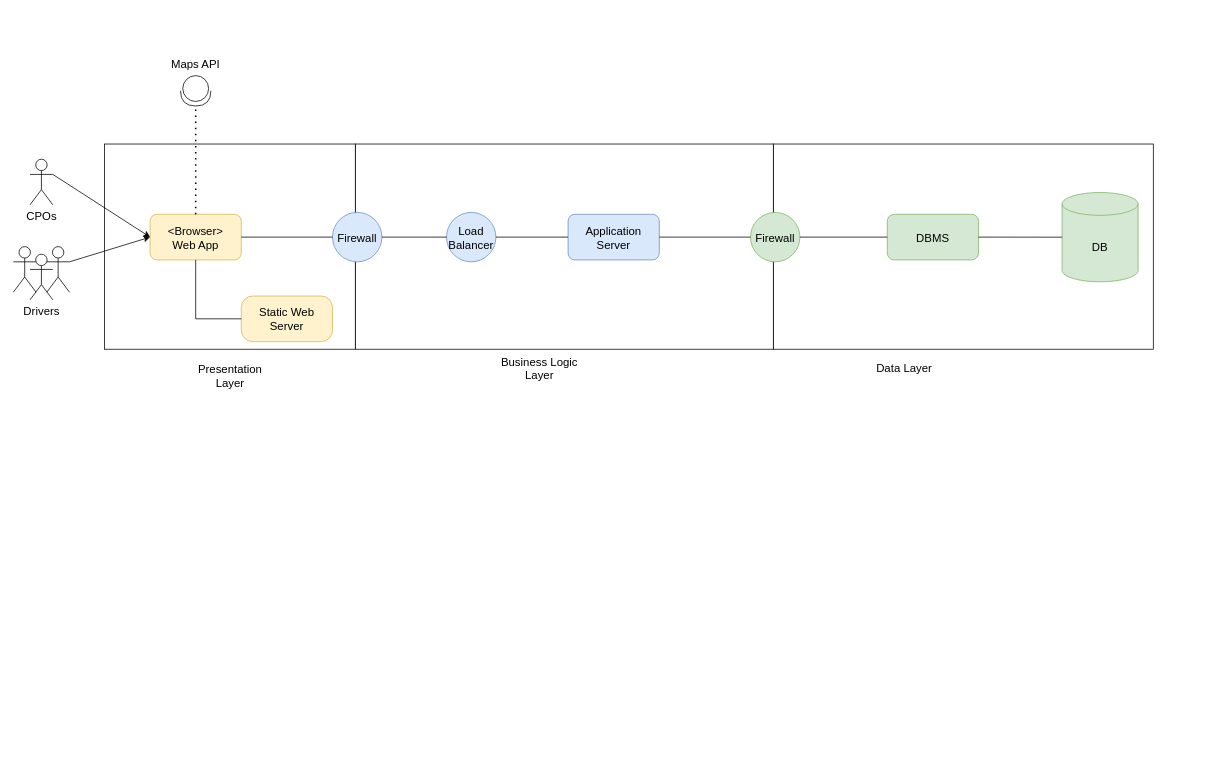
Before: DD/src/Overview/overview_diagram.drawio in gio-del/eMall, a draw.io diagram. Source tidied: cells renumbered, new cells numbered last; positions are measured from the earlier drawing's top-left corner, leaving out a move shared by most shapes. Both pictures are drawn from the tidied source at 76%, with x=0, y=0 at pixel (13, 52).
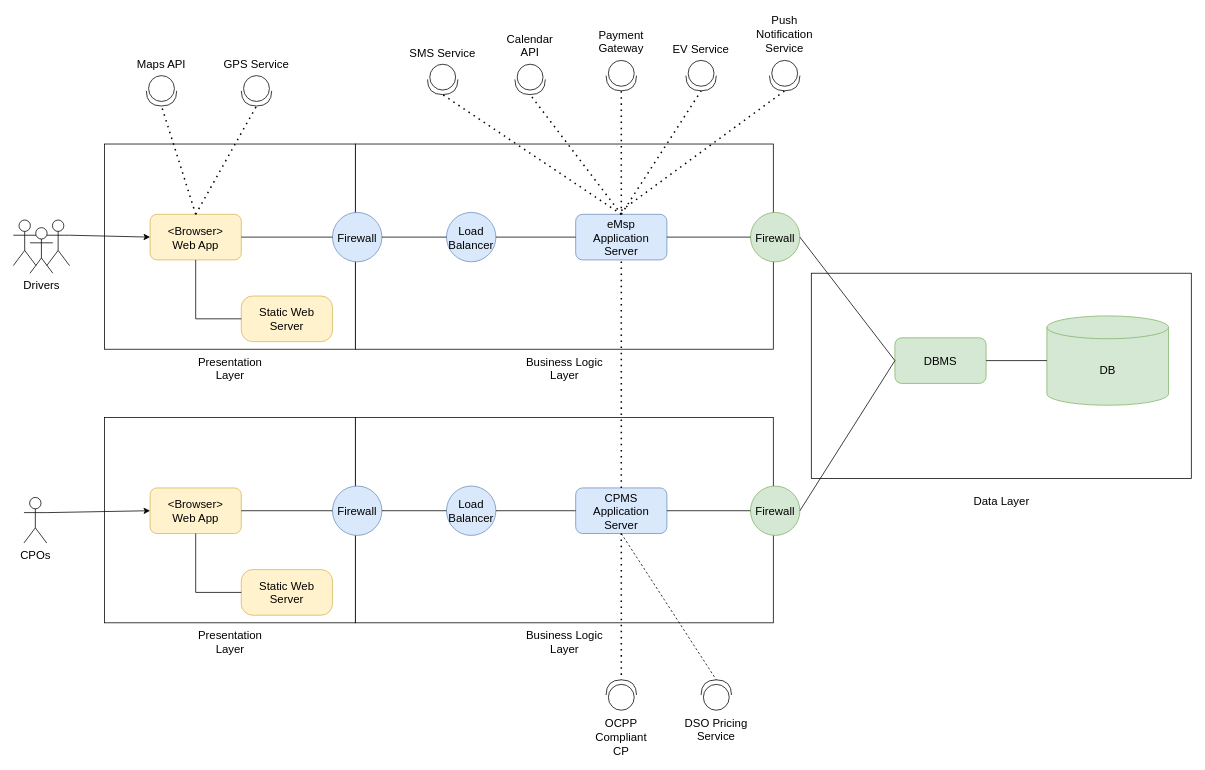
Above is the later version.

Commit message (it also covers changes not shown here):
DD: ER diagram, Overview Diagram RASD: effort spent (matteo), rasd.pdf update

The change refers to these unchanged cells:
```xml
<mxCell id="5" value="&lt;div style=&quot;font-size: 15px;&quot;&gt;&amp;lt;Browser&amp;gt;&lt;/div&gt;&lt;div style=&quot;font-size: 15px;&quot;&gt;Web App&lt;/div&gt;" style="rounded=1;whiteSpace=wrap;html=1;fillColor=#fff2cc;strokeColor=#d6b656;fontSize=15;" parent="1" vertex="1">
  <mxGeometry x="180" y="212.5" width="120" height="60" as="geometry" />
</mxCell>
<mxCell id="17" value="&lt;div style=&quot;font-size: 15px;&quot;&gt;Firewall&lt;/div&gt;" style="ellipse;whiteSpace=wrap;html=1;fillColor=#d5e8d4;strokeColor=#82b366;fontSize=15;" parent="1" vertex="1">
  <mxGeometry x="970" y="210" width="65" height="65" as="geometry" />
</mxCell>
```

Change to the diagram source:
```diff
@@
-    <mxCell id="2" style="rounded=0;whiteSpace=wrap;html=1;fontSize=15;" parent="1" vertex="1">
-      <mxGeometry x="1000" y="120" width="500" height="270" as="geometry" />
-    </mxCell>
@@
     <mxCell id="6" style="shape=umlActor;verticalLabelPosition=bottom;verticalAlign=top;html=1;fontSize=15;" parent="1" vertex="1">
-      <mxGeometry y="255" width="30" height="60" as="geometry" />
+      <mxGeometry y="220" width="30" height="60" as="geometry" />
     </mxCell>
     <mxCell id="7" value="&lt;div style=&quot;font-size: 15px;&quot;&gt;Drivers&lt;/div&gt;" style="shape=umlActor;verticalLabelPosition=bottom;verticalAlign=top;html=1;fontSize=15;" parent="1" vertex="1">
-      <mxGeometry x="22" y="265" width="30" height="60" as="geometry" />
+      <mxGeometry x="22" y="230" width="30" height="60" as="geometry" />
     </mxCell>
     <mxCell id="8" value="&lt;div style=&quot;font-size: 15px;&quot;&gt;&lt;br style=&quot;font-size: 15px;&quot;&gt;&lt;/div&gt;&lt;div style=&quot;font-size: 15px;&quot;&gt;&lt;br style=&quot;font-size: 15px;&quot;&gt;&lt;/div&gt;" style="shape=umlActor;verticalLabelPosition=bottom;verticalAlign=top;html=1;outlineConnect=0;fontSize=15;" parent="1" vertex="1">
-      <mxGeometry x="44" y="255" width="30" height="60" as="geometry" />
+      <mxGeometry x="44" y="220" width="30" height="60" as="geometry" />
     </mxCell>
     <mxCell id="9" value="CPOs" style="shape=umlActor;verticalLabelPosition=bottom;verticalAlign=top;html=1;outlineConnect=0;fontSize=15;" parent="1" vertex="1">
-      <mxGeometry x="22" y="140" width="30" height="60" as="geometry" />
+      <mxGeometry x="14" y="585" width="30" height="60" as="geometry" />
     </mxCell>
-    <mxCell id="10" style="endArrow=classic;html=1;rounded=0;exitX=1;exitY=0.3333333333333333;exitDx=0;exitDy=0;exitPerimeter=0;entryX=0;entryY=0.5;entryDx=0;entryDy=0;fontSize=15;" parent="1" edge="1" source="9" target="5">
-      <mxGeometry relative="1" as="geometry" />
-    </mxCell>
@@
-    <mxCell id="16" value="&lt;div style=&quot;font-size: 15px;&quot;&gt;Application Server&lt;/div&gt;" style="rounded=1;whiteSpace=wrap;html=1;fillColor=#dae8fc;strokeColor=#6c8ebf;fontSize=15;" parent="1" vertex="1">
-      <mxGeometry x="730" y="212.5" width="120" height="60" as="geometry" />
+    <mxCell id="16" value="&lt;div style=&quot;font-size: 15px;&quot;&gt;eMsp&lt;/div&gt;&lt;div style=&quot;font-size: 15px;&quot;&gt;Application Server&lt;/div&gt;" style="rounded=1;whiteSpace=wrap;html=1;fillColor=#dae8fc;strokeColor=#6c8ebf;fontSize=15;" parent="1" vertex="1">
+      <mxGeometry x="740" y="212.5" width="120" height="60" as="geometry" />
     </mxCell>
@@
-    <mxCell id="18" value="DBMS" style="rounded=1;whiteSpace=wrap;html=1;fillColor=#d5e8d4;strokeColor=#82b366;fontSize=15;" parent="1" vertex="1">
-      <mxGeometry x="1150" y="212.5" width="120" height="60" as="geometry" />
-    </mxCell>
-    <mxCell id="19" value="DB" style="shape=cylinder3;whiteSpace=wrap;html=1;boundedLbl=1;backgroundOutline=1;size=15;fillColor=#d5e8d4;strokeColor=#82b366;fontSize=15;" parent="1" vertex="1">
-      <mxGeometry x="1380" y="183.8" width="100" height="117.5" as="geometry" />
-    </mxCell>
     <mxCell id="20" style="shape=providedRequiredInterface;html=1;verticalLabelPosition=bottom;sketch=0;rotation=90;verticalAlign=top;fontSize=15;" parent="1" vertex="1">
-      <mxGeometry x="220" y="30" width="40" height="40" as="geometry" />
+      <mxGeometry x="175" y="30" width="40" height="40" as="geometry" />
     </mxCell>
@@
-    <mxCell id="26" style="endArrow=none;html=1;rounded=0;exitX=1;exitY=0.5;exitDx=0;exitDy=0;entryX=0;entryY=0.5;entryDx=0;entryDy=0;fontSize=15;" parent="1" edge="1" source="17" target="18">
-      <mxGeometry relative="1" as="geometry" />
-    </mxCell>
-    <mxCell id="27" style="endArrow=none;html=1;rounded=0;exitX=1;exitY=0.5;exitDx=0;exitDy=0;entryX=0;entryY=0.5;entryDx=0;entryDy=0;entryPerimeter=0;fontSize=15;" parent="1" edge="1" source="18" target="19">
-      <mxGeometry relative="1" as="geometry" />
-    </mxCell>
     <mxCell id="28" value="Presentation Layer" style="text;html=1;strokeColor=none;fillColor=none;align=center;verticalAlign=middle;whiteSpace=wrap;rounded=0;fontSize=15;" parent="1" vertex="1">
-      <mxGeometry x="222.5" y="410" width="125" height="30" as="geometry" />
+      <mxGeometry x="222.5" y="400" width="125" height="30" as="geometry" />
     </mxCell>
     <mxCell id="29" value="Business Logic Layer" style="text;html=1;strokeColor=none;fillColor=none;align=center;verticalAlign=middle;whiteSpace=wrap;rounded=0;fontSize=15;" parent="1" vertex="1">
-      <mxGeometry x="630" y="400" width="125" height="30" as="geometry" />
+      <mxGeometry x="662.5" y="400" width="125" height="30" as="geometry" />
     </mxCell>
+    <mxCell id="31" value="Maps API" style="text;html=1;strokeColor=none;fillColor=none;align=center;verticalAlign=middle;whiteSpace=wrap;rounded=0;fontSize=15;" parent="1" vertex="1">
+      <mxGeometry x="150" width="90" height="30" as="geometry" />
+    </mxCell>
+    <mxCell id="32" style="rounded=0;whiteSpace=wrap;html=1;fontSize=15;" parent="1" vertex="1">
+      <mxGeometry x="1050" y="290" width="500" height="270" as="geometry" />
+    </mxCell>
+    <mxCell id="33" style="rounded=0;whiteSpace=wrap;html=1;fontSize=15;" parent="1" vertex="1">
+      <mxGeometry x="450" y="480" width="550" height="270" as="geometry" />
+    </mxCell>
+    <mxCell id="34" style="rounded=0;whiteSpace=wrap;html=1;fontSize=15;" parent="1" vertex="1">
+      <mxGeometry x="120" y="480" width="330" height="270" as="geometry" />
+    </mxCell>
+    <mxCell id="35" value="&lt;div style=&quot;font-size: 15px;&quot;&gt;&amp;lt;Browser&amp;gt;&lt;/div&gt;&lt;div style=&quot;font-size: 15px;&quot;&gt;Web App&lt;/div&gt;" style="rounded=1;whiteSpace=wrap;html=1;fillColor=#fff2cc;strokeColor=#d6b656;fontSize=15;" parent="1" vertex="1">
+      <mxGeometry x="180" y="572.5" width="120" height="60" as="geometry" />
+    </mxCell>
+    <mxCell id="36" value="Static Web Server" style="rounded=1;whiteSpace=wrap;html=1;arcSize=25;fillColor=#fff2cc;strokeColor=#d6b656;fontSize=15;" parent="1" vertex="1">
+      <mxGeometry x="300" y="680" width="120" height="60" as="geometry" />
+    </mxCell>
+    <mxCell id="37" style="endArrow=none;html=1;rounded=0;entryX=0.5;entryY=1;entryDx=0;entryDy=0;exitX=0;exitY=0.5;exitDx=0;exitDy=0;fontSize=15;" parent="1" edge="1" source="36" target="35">
+      <mxGeometry relative="1" as="geometry">
+        <Array as="points">
+          <mxPoint x="240" y="710" />
+        </Array>
+      </mxGeometry>
+    </mxCell>
+    <mxCell id="38" value="&lt;div style=&quot;font-size: 15px;&quot;&gt;Firewall&lt;/div&gt;" style="ellipse;whiteSpace=wrap;html=1;fillColor=#dae8fc;strokeColor=#6c8ebf;fontSize=15;" parent="1" vertex="1">
+      <mxGeometry x="420" y="570" width="65" height="65" as="geometry" />
+    </mxCell>
+    <mxCell id="39" value="Load Balancer" style="ellipse;whiteSpace=wrap;html=1;fillColor=#dae8fc;strokeColor=#6c8ebf;fontSize=15;" parent="1" vertex="1">
+      <mxGeometry x="570" y="570" width="65" height="65" as="geometry" />
+    </mxCell>
+    <mxCell id="40" value="&lt;div style=&quot;font-size: 15px;&quot;&gt;CPMS&lt;/div&gt;&lt;div style=&quot;font-size: 15px;&quot;&gt;Application Server&lt;/div&gt;" style="rounded=1;whiteSpace=wrap;html=1;fillColor=#dae8fc;strokeColor=#6c8ebf;fontSize=15;" parent="1" vertex="1">
+      <mxGeometry x="740" y="572.5" width="120" height="60" as="geometry" />
+    </mxCell>
+    <mxCell id="41" value="&lt;div style=&quot;font-size: 15px;&quot;&gt;Firewall&lt;/div&gt;" style="ellipse;whiteSpace=wrap;html=1;fillColor=#d5e8d4;strokeColor=#82b366;fontSize=15;" parent="1" vertex="1">
+      <mxGeometry x="970" y="570" width="65" height="65" as="geometry" />
+    </mxCell>
+    <mxCell id="18" value="DBMS" style="rounded=1;whiteSpace=wrap;html=1;fillColor=#d5e8d4;strokeColor=#82b366;fontSize=15;" parent="1" vertex="1">
+      <mxGeometry x="1160" y="375" width="120" height="60" as="geometry" />
+    </mxCell>
+    <mxCell id="19" value="DB" style="shape=cylinder3;whiteSpace=wrap;html=1;boundedLbl=1;backgroundOutline=1;size=15;fillColor=#d5e8d4;strokeColor=#82b366;fontSize=15;" parent="1" vertex="1">
+      <mxGeometry x="1360" y="346.2" width="160" height="117.5" as="geometry" />
+    </mxCell>
+    <mxCell id="42" style="endArrow=none;html=1;rounded=0;exitX=1;exitY=0.5;exitDx=0;exitDy=0;entryX=0;entryY=0.5;entryDx=0;entryDy=0;fontSize=15;" parent="1" edge="1" source="35" target="38">
+      <mxGeometry relative="1" as="geometry" />
+    </mxCell>
+    <mxCell id="43" style="endArrow=none;html=1;rounded=0;exitX=1;exitY=0.5;exitDx=0;exitDy=0;entryX=0;entryY=0.5;entryDx=0;entryDy=0;fontSize=15;" parent="1" edge="1" source="38" target="39">
+      <mxGeometry relative="1" as="geometry" />
+    </mxCell>
+    <mxCell id="44" style="endArrow=none;html=1;rounded=0;exitX=1;exitY=0.5;exitDx=0;exitDy=0;entryX=0;entryY=0.5;entryDx=0;entryDy=0;fontSize=15;" parent="1" edge="1" source="39" target="40">
+      <mxGeometry relative="1" as="geometry" />
+    </mxCell>
+    <mxCell id="45" style="endArrow=none;html=1;rounded=0;exitX=1;exitY=0.5;exitDx=0;exitDy=0;entryX=0;entryY=0.5;entryDx=0;entryDy=0;fontSize=15;" parent="1" edge="1" source="40" target="41">
+      <mxGeometry relative="1" as="geometry" />
+    </mxCell>
+    <mxCell id="46" style="endArrow=none;html=1;rounded=0;exitX=1;exitY=0.5;exitDx=0;exitDy=0;entryX=0;entryY=0.5;entryDx=0;entryDy=0;fontSize=15;" parent="1" edge="1" source="41" target="18">
+      <mxGeometry relative="1" as="geometry" />
+    </mxCell>
+    <mxCell id="27" style="endArrow=none;html=1;rounded=0;exitX=1;exitY=0.5;exitDx=0;exitDy=0;entryX=0;entryY=0.5;entryDx=0;entryDy=0;entryPerimeter=0;fontSize=15;" parent="1" edge="1" source="18" target="19">
+      <mxGeometry relative="1" as="geometry" />
+    </mxCell>
+    <mxCell id="47" value="Presentation Layer" style="text;html=1;strokeColor=none;fillColor=none;align=center;verticalAlign=middle;whiteSpace=wrap;rounded=0;fontSize=15;" parent="1" vertex="1">
+      <mxGeometry x="222.5" y="760" width="125" height="30" as="geometry" />
+    </mxCell>
+    <mxCell id="48" value="Business Logic Layer" style="text;html=1;strokeColor=none;fillColor=none;align=center;verticalAlign=middle;whiteSpace=wrap;rounded=0;fontSize=15;" parent="1" vertex="1">
+      <mxGeometry x="662.5" y="760" width="125" height="30" as="geometry" />
+    </mxCell>
     <mxCell id="30" value="Data Layer" style="text;html=1;strokeColor=none;fillColor=none;align=center;verticalAlign=middle;whiteSpace=wrap;rounded=0;fontSize=15;" parent="1" vertex="1">
-      <mxGeometry x="1110" y="400" width="125" height="30" as="geometry" />
+      <mxGeometry x="1237.5" y="575" width="125" height="30" as="geometry" />
     </mxCell>
-    <mxCell id="31" value="Maps API" style="text;html=1;strokeColor=none;fillColor=none;align=center;verticalAlign=middle;whiteSpace=wrap;rounded=0;fontSize=15;" parent="1" vertex="1">
-      <mxGeometry x="195" width="90" height="30" as="geometry" />
-    </mxCell>
+    <mxCell id="10" style="endArrow=classic;html=1;rounded=0;exitX=1;exitY=0.3333333333333333;exitDx=0;exitDy=0;exitPerimeter=0;fontSize=15;entryX=0;entryY=0.5;entryDx=0;entryDy=0;" parent="1" edge="1" source="9" target="35">
+      <mxGeometry relative="1" as="geometry" />
+    </mxCell>
+    <mxCell id="49" style="endArrow=none;dashed=1;html=1;dashPattern=1 3;strokeWidth=2;rounded=0;entryX=0.5;entryY=1;entryDx=0;entryDy=0;exitX=0.5;exitY=0;exitDx=0;exitDy=0;" parent="1" edge="1" source="40" target="16">
+      <mxGeometry relative="1" as="geometry" />
+    </mxCell>
+    <mxCell id="50" style="shape=providedRequiredInterface;html=1;verticalLabelPosition=bottom;sketch=0;rotation=-90;verticalAlign=top;fontSize=15;" parent="1" vertex="1">
+      <mxGeometry x="780" y="825" width="40" height="40" as="geometry" />
+    </mxCell>
+    <mxCell id="51" style="endArrow=none;dashed=1;html=1;dashPattern=1 3;strokeWidth=2;rounded=0;entryX=1;entryY=0.5;entryDx=0;entryDy=0;entryPerimeter=0;fontSize=15;exitX=0.5;exitY=1;exitDx=0;exitDy=0;" parent="1" edge="1" source="40" target="50">
+      <mxGeometry relative="1" as="geometry" />
+    </mxCell>
+    <mxCell id="52" value="OCPP Compliant CP" style="text;html=1;strokeColor=none;fillColor=none;align=center;verticalAlign=middle;whiteSpace=wrap;rounded=0;fontSize=15;" parent="1" vertex="1">
+      <mxGeometry x="755" y="885" width="90" height="30" as="geometry" />
+    </mxCell>
+    <mxCell id="53" style="endArrow=none;dashed=1;html=1;rounded=0;exitX=0.5;exitY=1;exitDx=0;exitDy=0;entryX=1;entryY=0.5;entryDx=0;entryDy=0;entryPerimeter=0;" parent="1" edge="1" source="40" target="72">
+      <mxGeometry relative="1" as="geometry" />
+    </mxCell>
+    <mxCell id="54" style="endArrow=none;dashed=1;html=1;dashPattern=1 3;strokeWidth=2;rounded=0;exitX=0.5;exitY=0;exitDx=0;exitDy=0;fontSize=15;entryX=1;entryY=0.5;entryDx=0;entryDy=0;entryPerimeter=0;" parent="1" edge="1" source="5" target="55">
+      <mxGeometry relative="1" as="geometry" />
+    </mxCell>
+    <mxCell id="55" style="shape=providedRequiredInterface;html=1;verticalLabelPosition=bottom;sketch=0;rotation=90;verticalAlign=top;fontSize=15;" parent="1" vertex="1">
+      <mxGeometry x="300" y="30" width="40" height="40" as="geometry" />
+    </mxCell>
+    <mxCell id="56" value="GPS Service" style="text;html=1;strokeColor=none;fillColor=none;align=center;verticalAlign=middle;whiteSpace=wrap;rounded=0;fontSize=15;" parent="1" vertex="1">
+      <mxGeometry x="275" width="90" height="30" as="geometry" />
+    </mxCell>
+    <mxCell id="57" style="shape=providedRequiredInterface;html=1;verticalLabelPosition=bottom;sketch=0;rotation=90;verticalAlign=top;fontSize=15;" parent="1" vertex="1">
+      <mxGeometry x="660" y="15" width="40" height="40" as="geometry" />
+    </mxCell>
+    <mxCell id="58" style="endArrow=none;dashed=1;html=1;dashPattern=1 3;strokeWidth=2;rounded=0;entryX=1;entryY=0.5;entryDx=0;entryDy=0;entryPerimeter=0;exitX=0.5;exitY=0;exitDx=0;exitDy=0;fontSize=15;" parent="1" edge="1" source="16" target="57">
+      <mxGeometry relative="1" as="geometry" />
+    </mxCell>
+    <mxCell id="59" value="Calendar API" style="text;html=1;strokeColor=none;fillColor=none;align=center;verticalAlign=middle;whiteSpace=wrap;rounded=0;fontSize=15;" parent="1" vertex="1">
+      <mxGeometry x="635" y="-25" width="90" height="30" as="geometry" />
+    </mxCell>
+    <mxCell id="60" style="shape=providedRequiredInterface;html=1;verticalLabelPosition=bottom;sketch=0;rotation=90;verticalAlign=top;fontSize=15;" parent="1" vertex="1">
+      <mxGeometry x="885" y="10" width="40" height="40" as="geometry" />
+    </mxCell>
+    <mxCell id="61" style="endArrow=none;dashed=1;html=1;dashPattern=1 3;strokeWidth=2;rounded=0;entryX=1;entryY=0.5;entryDx=0;entryDy=0;entryPerimeter=0;exitX=0.5;exitY=0;exitDx=0;exitDy=0;fontSize=15;" parent="1" edge="1" source="16" target="60">
+      <mxGeometry relative="1" as="geometry" />
+    </mxCell>
+    <mxCell id="62" value="EV Service" style="text;html=1;strokeColor=none;fillColor=none;align=center;verticalAlign=middle;whiteSpace=wrap;rounded=0;fontSize=15;" parent="1" vertex="1">
+      <mxGeometry x="860" y="-20" width="90" height="30" as="geometry" />
+    </mxCell>
+    <mxCell id="63" style="shape=providedRequiredInterface;html=1;verticalLabelPosition=bottom;sketch=0;rotation=90;verticalAlign=top;fontSize=15;" parent="1" vertex="1">
+      <mxGeometry x="780" y="10" width="40" height="40" as="geometry" />
+    </mxCell>
+    <mxCell id="64" style="endArrow=none;dashed=1;html=1;dashPattern=1 3;strokeWidth=2;rounded=0;entryX=1;entryY=0.5;entryDx=0;entryDy=0;entryPerimeter=0;exitX=0.5;exitY=0;exitDx=0;exitDy=0;fontSize=15;" parent="1" edge="1" source="16" target="63">
+      <mxGeometry relative="1" as="geometry" />
+    </mxCell>
+    <mxCell id="65" value="Payment Gateway" style="text;html=1;strokeColor=none;fillColor=none;align=center;verticalAlign=middle;whiteSpace=wrap;rounded=0;fontSize=15;" parent="1" vertex="1">
+      <mxGeometry x="755" y="-30" width="90" height="30" as="geometry" />
+    </mxCell>
+    <mxCell id="66" style="shape=providedRequiredInterface;html=1;verticalLabelPosition=bottom;sketch=0;rotation=90;verticalAlign=top;fontSize=15;" parent="1" vertex="1">
+      <mxGeometry x="545" y="15" width="40" height="40" as="geometry" />
+    </mxCell>
+    <mxCell id="67" style="endArrow=none;dashed=1;html=1;dashPattern=1 3;strokeWidth=2;rounded=0;entryX=1;entryY=0.5;entryDx=0;entryDy=0;entryPerimeter=0;exitX=0.5;exitY=0;exitDx=0;exitDy=0;fontSize=15;" parent="1" edge="1" source="16" target="66">
+      <mxGeometry relative="1" as="geometry" />
+    </mxCell>
+    <mxCell id="68" value="SMS Service" style="text;html=1;strokeColor=none;fillColor=none;align=center;verticalAlign=middle;whiteSpace=wrap;rounded=0;fontSize=15;" parent="1" vertex="1">
+      <mxGeometry x="520" y="-15" width="90" height="30" as="geometry" />
+    </mxCell>
+    <mxCell id="69" style="shape=providedRequiredInterface;html=1;verticalLabelPosition=bottom;sketch=0;rotation=90;verticalAlign=top;fontSize=15;" parent="1" vertex="1">
+      <mxGeometry x="995" y="10" width="40" height="40" as="geometry" />
+    </mxCell>
+    <mxCell id="70" style="endArrow=none;dashed=1;html=1;dashPattern=1 3;strokeWidth=2;rounded=0;entryX=1;entryY=0.5;entryDx=0;entryDy=0;entryPerimeter=0;exitX=0.5;exitY=0;exitDx=0;exitDy=0;fontSize=15;" parent="1" edge="1" target="69">
+      <mxGeometry relative="1" as="geometry">
+        <mxPoint x="800" y="207.5" as="sourcePoint" />
+      </mxGeometry>
+    </mxCell>
+    <mxCell id="71" value="Push Notification Service" style="text;html=1;strokeColor=none;fillColor=none;align=center;verticalAlign=middle;whiteSpace=wrap;rounded=0;fontSize=15;" parent="1" vertex="1">
+      <mxGeometry x="970" y="-40" width="90" height="30" as="geometry" />
+    </mxCell>
+    <mxCell id="72" style="shape=providedRequiredInterface;html=1;verticalLabelPosition=bottom;sketch=0;rotation=-90;verticalAlign=top;fontSize=15;" parent="1" vertex="1">
+      <mxGeometry x="905" y="825" width="40" height="40" as="geometry" />
+    </mxCell>
+    <mxCell id="73" value="DSO Pricing Service" style="text;html=1;strokeColor=none;fillColor=none;align=center;verticalAlign=middle;whiteSpace=wrap;rounded=0;fontSize=15;" parent="1" vertex="1">
+      <mxGeometry x="880" y="875" width="90" height="30" as="geometry" />
+    </mxCell>
+    <mxCell id="26" style="endArrow=none;html=1;rounded=0;exitX=1;exitY=0.5;exitDx=0;exitDy=0;entryX=0;entryY=0.5;entryDx=0;entryDy=0;fontSize=15;" parent="1" edge="1" source="17" target="18">
+      <mxGeometry relative="1" as="geometry" />
+    </mxCell>
```
